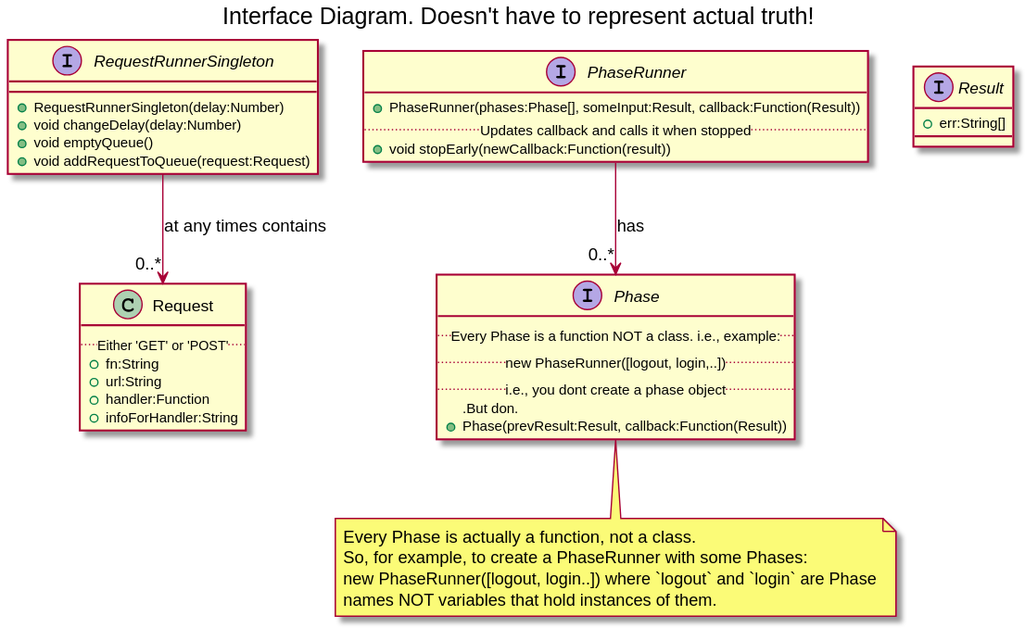
Earlier version of the PlantUML export doc/interface-diagram.svg (hossameldeen/gpa-fcicu). Its source is kept beside it as doc/interface-diagram.puml.
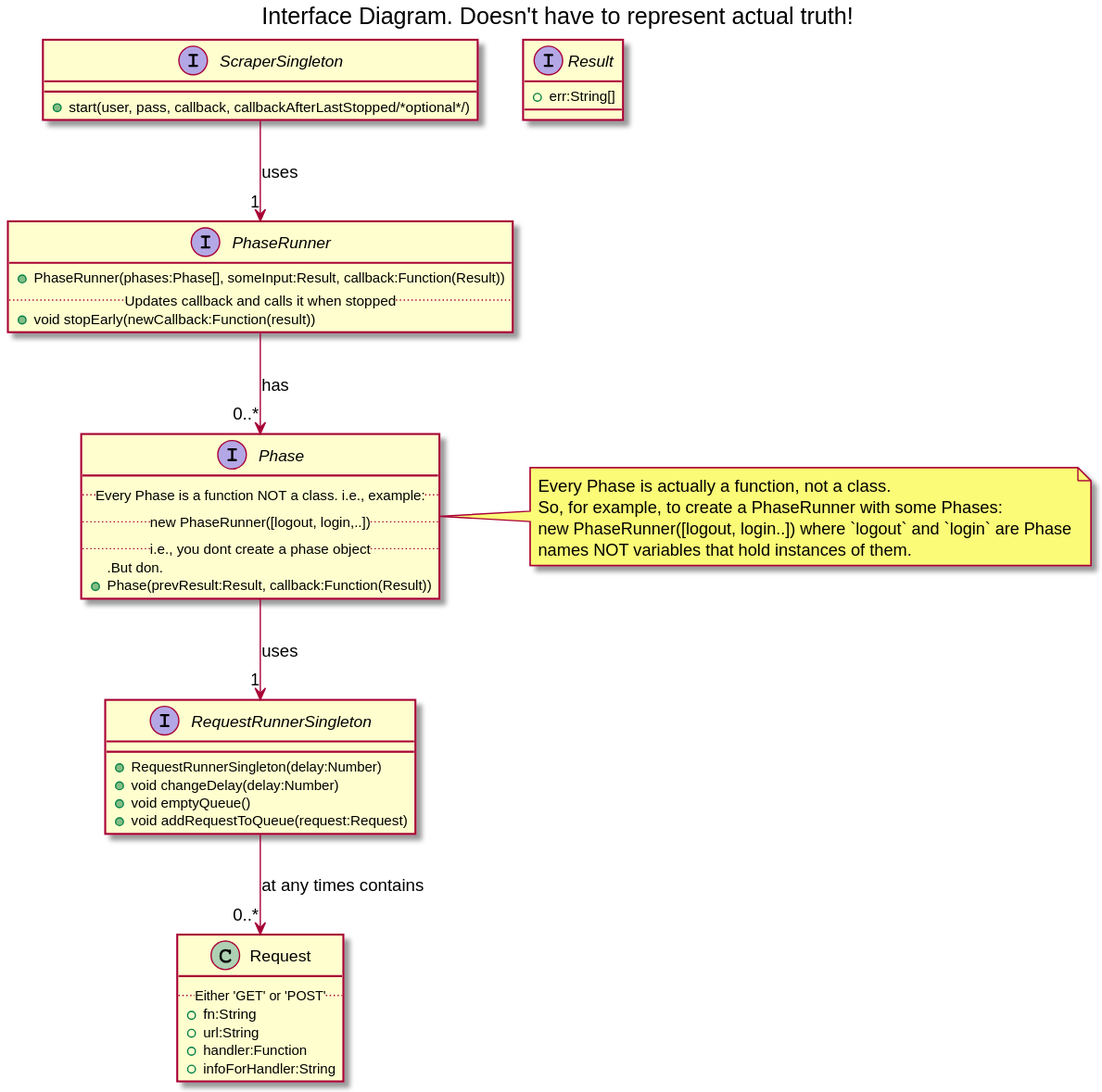
The same file after the commit.

Commit message:
Update class diagram to represent current status

Diff of the diagram source:
```diff
@@ -2,6 +2,8 @@
   title Interface Diagram. Doesn't have to represent actual truth!
   RequestRunnerSingleton --> "0..*" Request : at any times contains
   PhaseRunner --> "0..*" Phase : has
+  Phase --> "1" RequestRunnerSingleton : uses
+  ScraperSingleton --> "1" PhaseRunner : uses
   class Request {
     ..Either 'GET' or 'POST'..
     +fn:String
@@ -22,7 +24,7 @@
     .But don.
     +Phase(prevResult:Result, callback:Function(Result))
   }
-  note bottom of Phase
+  note right of Phase
     Every Phase is actually a function, not a class.
     So, for example, to create a PhaseRunner with some Phases:
     new PhaseRunner([logout, login..]) where `logout` and `login` are Phase
@@ -33,6 +35,9 @@
     ..Updates callback and calls it when stopped..
     +void stopEarly(newCallback:Function(result))
   }
+  interface ScraperSingleton {
+    +start(user, pass, callback, callbackAfterLastStopped/*optional*/)
+  }
   interface Result {
     +err:String[]
   }
```
